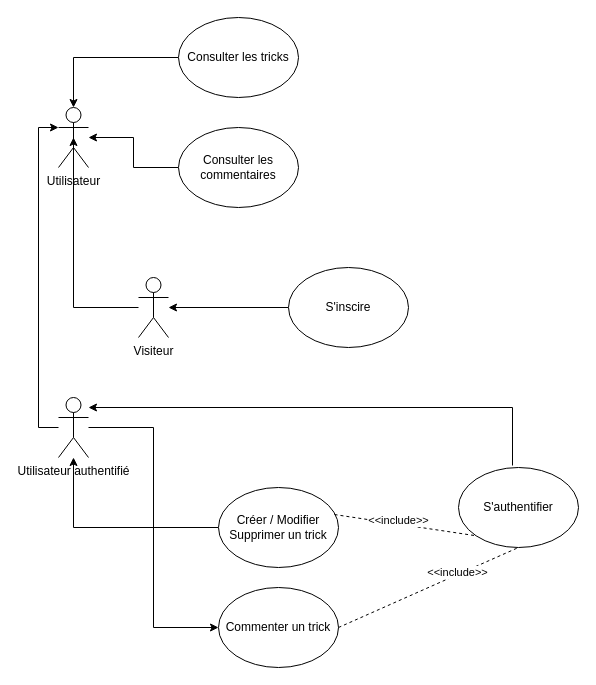
Luca-OpenClassRooms/project_6 keeps this draw.io diagram as UML/Use Case.drawio. Above is the earlier version. Source tidied: cells renumbered, new cells numbered last; positions are measured from the earlier drawing's top-left corner, leaving out a move shared by most shapes. Both pictures are drawn from the tidied source at 100%, with x=0, y=0 at pixel (38, 17).
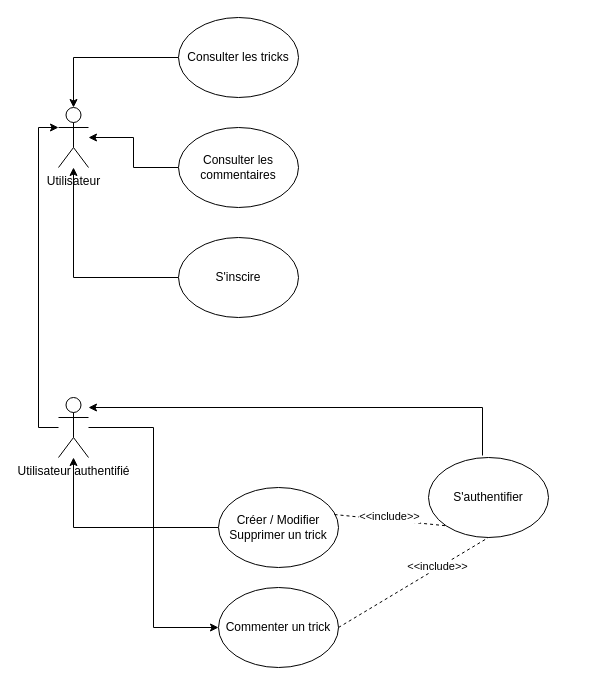
Above is the later version.

The change refers to these unchanged cells:
```xml
<mxCell id="2" value="Utilisateur&lt;br&gt;" style="shape=umlActor;verticalLabelPosition=bottom;verticalAlign=top;html=1;outlineConnect=0;" parent="1" vertex="1">
  <mxGeometry x="20" y="90" width="30" height="60" as="geometry" />
</mxCell>
<mxCell id="11" value="Utilisateur authentifié" style="shape=umlActor;verticalLabelPosition=bottom;verticalAlign=top;html=1;outlineConnect=0;" parent="1" vertex="1">
  <mxGeometry x="20" y="380" width="30" height="60" as="geometry" />
</mxCell>
```

What changed in the source:
```diff
@@
-    <mxCell id="7" style="edgeStyle=orthogonalEdgeStyle;rounded=0;jettySize=auto;html=1;entryX=0.5;entryY=0.5;entryDx=0;entryDy=0;entryPerimeter=0;" parent="1" edge="1" source="8" target="2">
-      <mxGeometry relative="1" as="geometry" />
-    </mxCell>
-    <mxCell id="8" value="Visiteur" style="shape=umlActor;verticalLabelPosition=bottom;verticalAlign=top;html=1;outlineConnect=0;" parent="1" vertex="1">
-      <mxGeometry x="100" y="260" width="30" height="60" as="geometry" />
-    </mxCell>
@@
-    <mxCell id="12" style="edgeStyle=orthogonalEdgeStyle;rounded=0;jettySize=auto;html=1;" parent="1" edge="1" source="13" target="8">
+    <mxCell id="12" style="edgeStyle=orthogonalEdgeStyle;rounded=0;jettySize=auto;html=1;" parent="1" edge="1" source="13" target="2">
       <mxGeometry relative="1" as="geometry" />
     </mxCell>
     <mxCell id="13" value="S'inscire" style="ellipse;whiteSpace=wrap;html=1;" parent="1" vertex="1">
-      <mxGeometry x="250" y="250" width="120" height="80" as="geometry" />
+      <mxGeometry x="140" y="220" width="120" height="80" as="geometry" />
     </mxCell>
     <mxCell id="14" style="edgeStyle=orthogonalEdgeStyle;rounded=0;jettySize=auto;html=1;exitX=0.45;exitY=-0.025;exitDx=0;exitDy=0;exitPerimeter=0;" parent="1" edge="1" source="15" target="11">
       <mxGeometry relative="1" as="geometry">
         <Array as="points">
-          <mxPoint x="474" y="390" />
+          <mxPoint x="444" y="390" />
         </Array>
       </mxGeometry>
     </mxCell>
     <mxCell id="15" value="S'authentifier" style="ellipse;whiteSpace=wrap;html=1;" parent="1" vertex="1">
-      <mxGeometry x="420" y="450" width="120" height="80" as="geometry" />
+      <mxGeometry x="390" y="440" width="120" height="80" as="geometry" />
     </mxCell>
```
